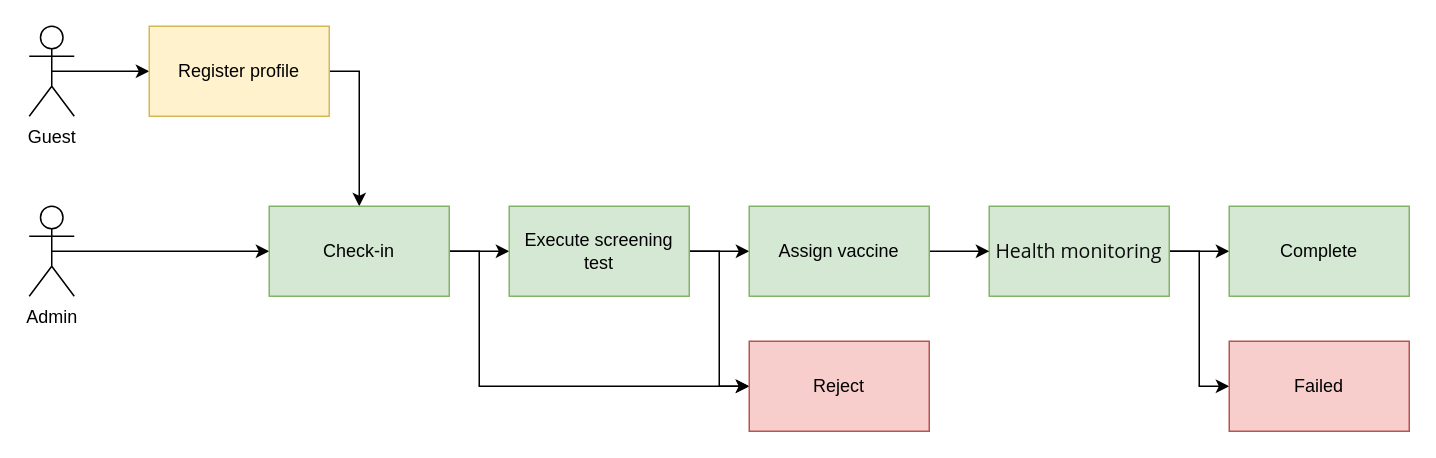
censodev/aptech_prj600 keeps this draw.io diagram as page "Injection Flow" (4 of 4) of docs/design.drawio. Above is the earlier version. Source tidied: cells renumbered, new cells numbered last; positions are measured from the earlier drawing's top-left corner, leaving out a move shared by most shapes. Both pictures are drawn from the tidied source at 150%, with x=0, y=0 at pixel (28, 26).
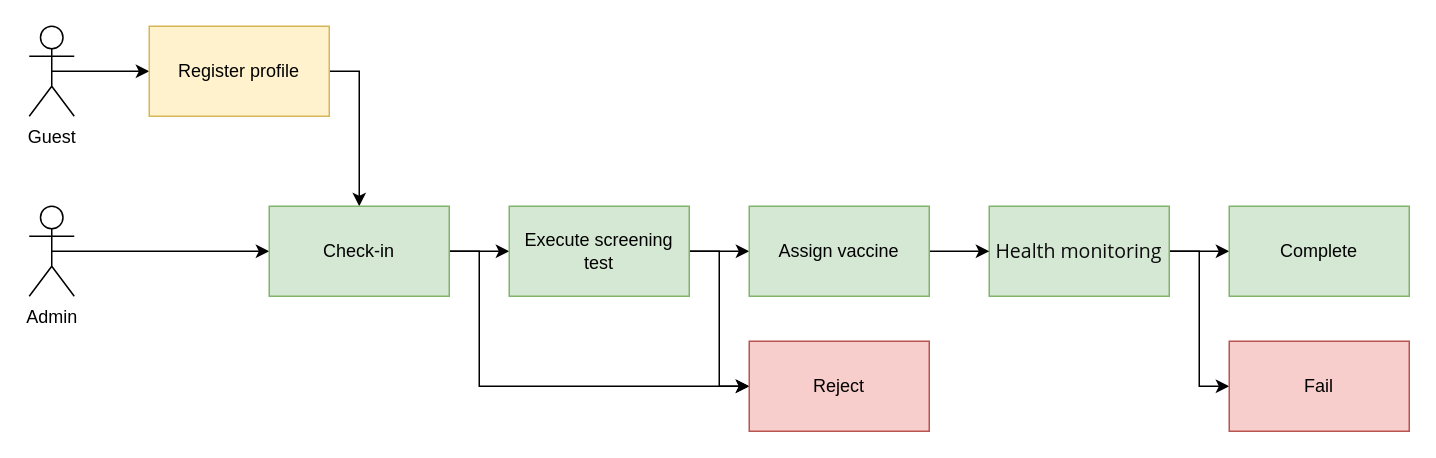
The same diagram, later.

Change to the diagram source:
```diff
@@
-    <mxCell id="19" value="Failed" style="rounded=0;whiteSpace=wrap;html=1;fillColor=#f8cecc;strokeColor=#b85450;" parent="1" vertex="1">
+    <mxCell id="19" value="Fail" style="rounded=0;whiteSpace=wrap;html=1;fillColor=#f8cecc;strokeColor=#b85450;" parent="1" vertex="1">
       <mxGeometry x="800" y="210" width="120" height="60" as="geometry" />
     </mxCell>
```
